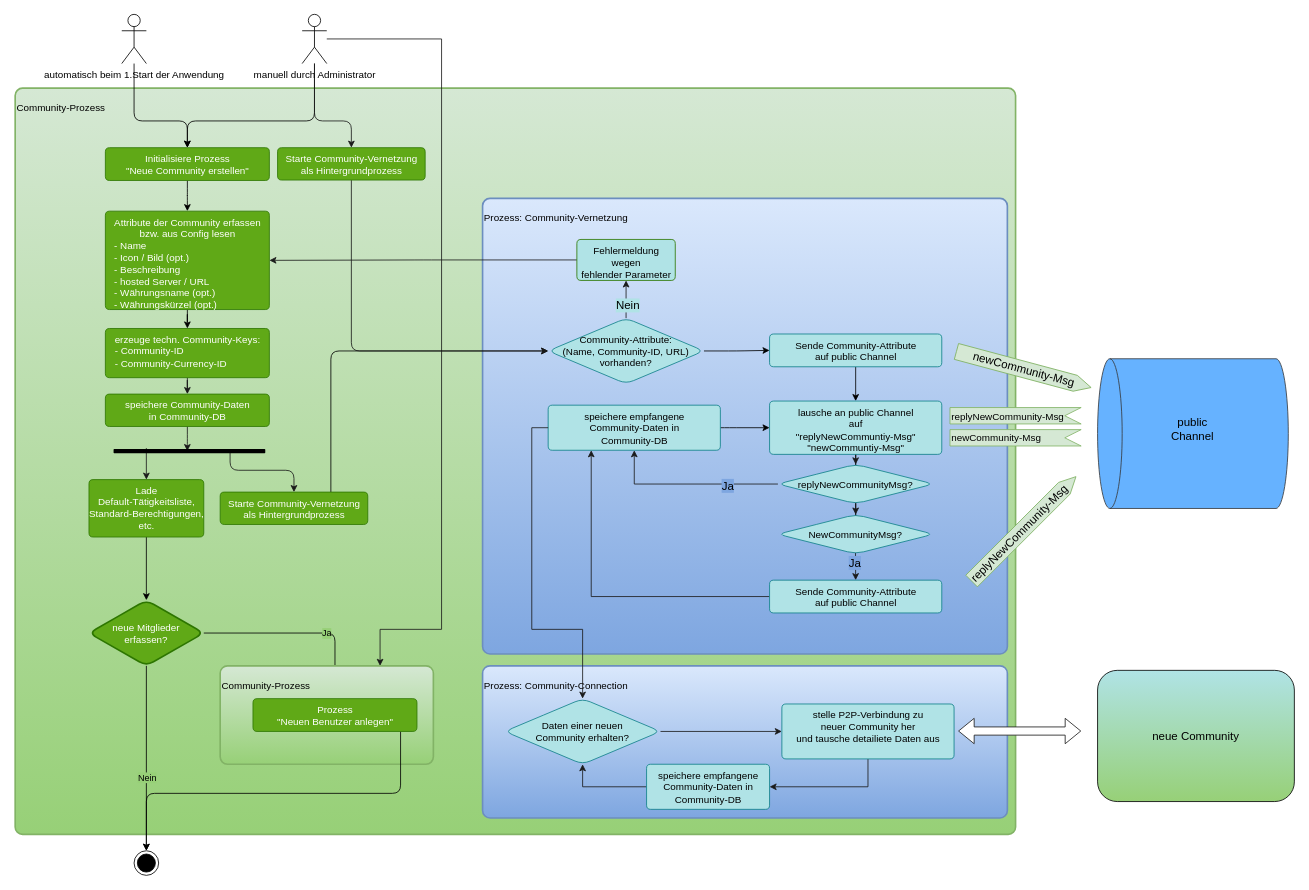
Above: docu/Concepts/BusinessRequirements/graphics/Ablauf_Neue_Community_erstellen.drawio in gradido/gradido (draw.io), before the change. Source tidied: cells renumbered, new cells numbered last; positions are measured from the earlier drawing's top-left corner, leaving out a move shared by most shapes. Both pictures are drawn from the tidied source at 82%, with x=0, y=0 at pixel (15, 14).
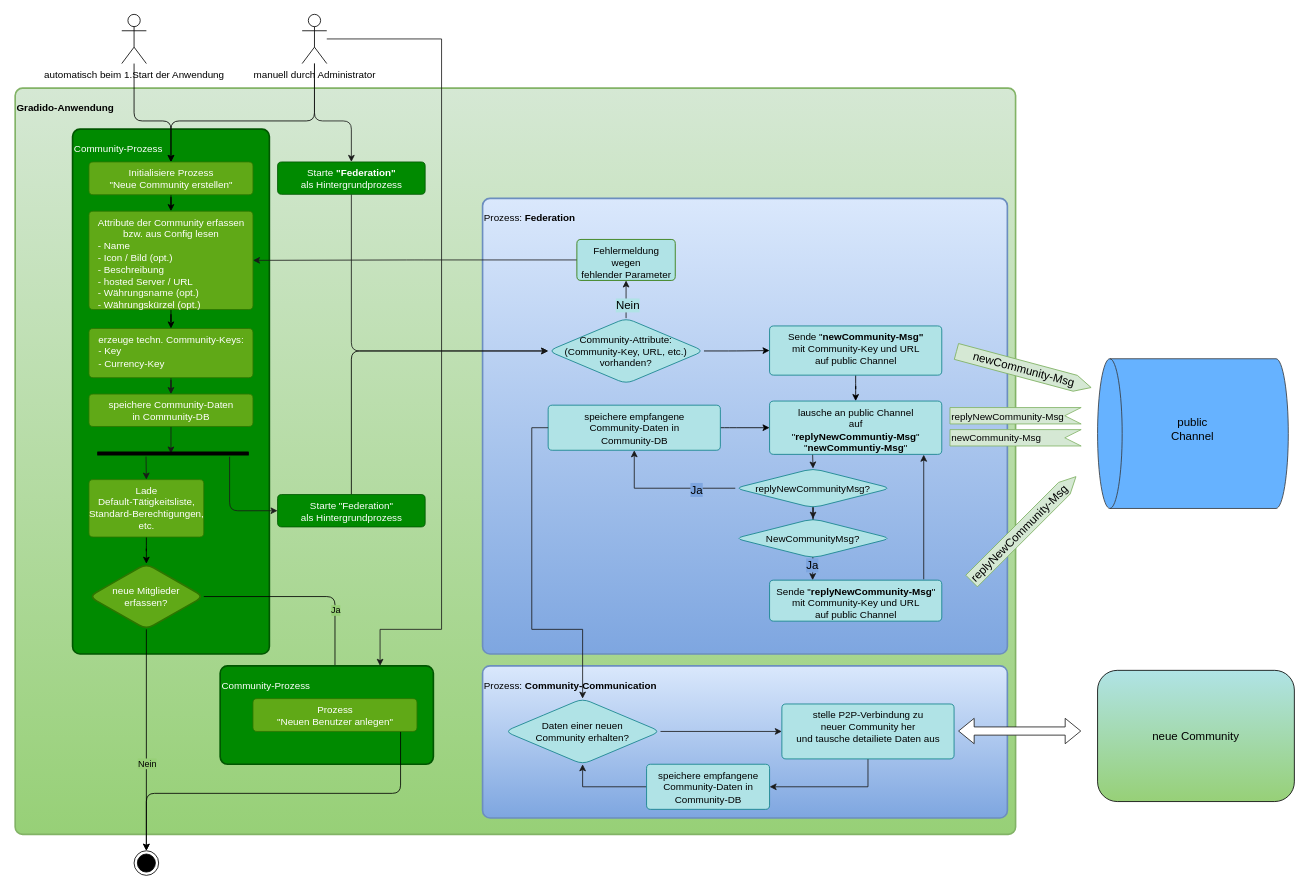
The same page after the edit.

Commit message (it also covers changes not shown here):
first steps of federation and community communication

Unchanged cells that the change refers to:
```xml
<mxCell id="5" value="automatisch beim 1.Start der Anwendung" style="shape=umlActor;verticalLabelPosition=bottom;verticalAlign=top;html=1;rounded=1;" parent="1" vertex="1">
  <mxGeometry x="130" width="30" height="60" as="geometry" />
</mxCell>
<mxCell id="9" value="manuell durch Administrator" style="shape=umlActor;verticalLabelPosition=bottom;verticalAlign=top;html=1;rounded=1;" parent="1" vertex="1">
  <mxGeometry x="350" width="30" height="60" as="geometry" />
</mxCell>
<mxCell id="26" value="speichere empfangene&lt;br&gt;Community-Daten in&lt;br&gt;Community-DB" style="html=1;align=center;verticalAlign=top;absoluteArcSize=1;arcSize=10;dashed=0;fillColor=#b0e3e6;strokeColor=#0e8088;fontColor=#000000;rounded=1;" parent="1" vertex="1">
  <mxGeometry x="650" y="476.6" width="210" height="55" as="geometry" />
</mxCell>
<mxCell id="29" value="Lade &lt;br&gt;Default-Tätigkeitsliste,&lt;br&gt;Standard-Berechtigungen,&lt;br&gt;etc." style="html=1;align=center;verticalAlign=top;absoluteArcSize=1;arcSize=10;dashed=0;fillColor=#60a917;strokeColor=#2D7600;fontColor=#ffffff;rounded=1;" parent="1" vertex="1">
  <mxGeometry x="90" y="567.4" width="140" height="70" as="geometry" />
</mxCell>
```

What changed in the source:
```diff
@@
-    <mxCell id="2" value="Community-Prozess" style="html=1;align=left;verticalAlign=top;absoluteArcSize=1;arcSize=18;dashed=0;spacingTop=10;spacingRight=30;strokeColor=#82b366;strokeWidth=2;fillColor=#d5e8d4;gradientColor=#97d077;fontColor=#000000;rounded=1;" parent="1" vertex="1">
+    <mxCell id="2" value="&lt;b&gt;Gradido-Anwendung&lt;/b&gt;" style="html=1;align=left;verticalAlign=top;absoluteArcSize=1;arcSize=18;dashed=0;spacingTop=10;spacingRight=30;strokeColor=#82b366;strokeWidth=2;fillColor=#d5e8d4;gradientColor=#97d077;fontColor=#000000;rounded=1;" parent="1" vertex="1">
       <mxGeometry y="90" width="1220" height="910" as="geometry" />
     </mxCell>
+    <mxCell id="74" value="Community-Prozess" style="html=1;align=left;verticalAlign=top;absoluteArcSize=1;arcSize=18;dashed=0;spacingTop=10;spacingRight=30;strokeColor=#005700;strokeWidth=2;fillColor=#008a00;fontColor=#ffffff;rounded=1;" parent="1" vertex="1">
+      <mxGeometry x="70" y="140" width="240" height="640" as="geometry" />
+    </mxCell>
-    <mxCell id="3" value="Prozess: Community-Vernetzung" style="html=1;align=left;verticalAlign=top;absoluteArcSize=1;arcSize=18;dashed=0;spacingTop=10;spacingRight=30;strokeColor=#6c8ebf;strokeWidth=2;fillColor=#dae8fc;gradientColor=#7ea6e0;fontColor=#000000;rounded=1;" parent="1" vertex="1">
+    <mxCell id="3" value="Prozess: &lt;b&gt;Federation&lt;/b&gt;" style="html=1;align=left;verticalAlign=top;absoluteArcSize=1;arcSize=18;dashed=0;spacingTop=10;spacingRight=30;strokeColor=#6c8ebf;strokeWidth=2;fillColor=#dae8fc;gradientColor=#7ea6e0;fontColor=#000000;rounded=1;" parent="1" vertex="1">
       <mxGeometry x="570" y="224.5" width="640" height="555.5" as="geometry" />
     </mxCell>
     <mxCell id="4" style="edgeStyle=orthogonalEdgeStyle;jettySize=auto;html=1;entryX=0.5;entryY=0;entryDx=0;entryDy=0;fontColor=#000000;strokeColor=#000000;" parent="1" edge="1" source="5" target="11">
       <mxGeometry relative="1" as="geometry">
         <Array as="points">
           <mxPoint x="145" y="130" />
-          <mxPoint x="210" y="130" />
+          <mxPoint x="190" y="130" />
         </Array>
       </mxGeometry>
     </mxCell>
@@
     <mxCell id="6" style="edgeStyle=orthogonalEdgeStyle;jettySize=auto;html=1;fontColor=#000000;strokeColor=#000000;entryX=0.5;entryY=0;entryDx=0;entryDy=0;" parent="1" edge="1" source="9" target="11">
       <mxGeometry relative="1" as="geometry">
         <Array as="points">
           <mxPoint x="365" y="130" />
-          <mxPoint x="210" y="130" />
+          <mxPoint x="190" y="130" />
         </Array>
       </mxGeometry>
     </mxCell>
@@
     <mxCell id="11" value="Initialisiere Prozess &lt;br&gt;&quot;Neue Community erstellen&quot;" style="html=1;align=center;verticalAlign=top;absoluteArcSize=1;arcSize=10;dashed=0;fillColor=#60a917;strokeColor=#2D7600;fontColor=#ffffff;rounded=1;" parent="1" vertex="1">
-      <mxGeometry x="110" y="162.6" width="200" height="40" as="geometry" />
+      <mxGeometry x="90" y="180" width="200" height="40" as="geometry" />
     </mxCell>
@@
     <mxCell id="13" value="Attribute der Community erfassen &lt;br&gt;bzw. aus Config lesen&lt;br&gt;&lt;div style=&quot;text-align: left&quot;&gt;&lt;span&gt;- Name&lt;/span&gt;&lt;/div&gt;&lt;div style=&quot;text-align: left&quot;&gt;&lt;span&gt;- Icon / Bild (opt.)&lt;/span&gt;&lt;/div&gt;&lt;div style=&quot;text-align: left&quot;&gt;&lt;span&gt;- Beschreibung&lt;/span&gt;&lt;/div&gt;&lt;div style=&quot;text-align: left&quot;&gt;&lt;span&gt;- hosted Server / URL&lt;/span&gt;&lt;/div&gt;&lt;div style=&quot;text-align: left&quot;&gt;&lt;span&gt;- Währungsname (opt.)&lt;/span&gt;&lt;/div&gt;&lt;div style=&quot;text-align: left&quot;&gt;&lt;span&gt;- Währungskürzel (opt.)&lt;/span&gt;&lt;/div&gt;" style="html=1;align=center;verticalAlign=top;absoluteArcSize=1;arcSize=10;dashed=0;fillColor=#60a917;strokeColor=#2D7600;fontColor=#ffffff;rounded=1;" parent="1" vertex="1">
-      <mxGeometry x="110" y="240" width="200" height="120" as="geometry" />
+      <mxGeometry x="90" y="240" width="200" height="120" as="geometry" />
     </mxCell>
-    <mxCell id="14" style="edgeStyle=orthogonalEdgeStyle;jettySize=auto;html=1;entryX=0;entryY=0.5;entryDx=0;entryDy=0;strokeColor=#000000;exitX=0.75;exitY=0;exitDx=0;exitDy=0;" parent="1" edge="1" source="27" target="20">
+    <mxCell id="14" style="edgeStyle=orthogonalEdgeStyle;jettySize=auto;html=1;entryX=0;entryY=0.5;entryDx=0;entryDy=0;strokeColor=#000000;exitX=0.5;exitY=0;exitDx=0;exitDy=0;" parent="1" edge="1" source="27" target="20">
       <mxGeometry relative="1" as="geometry">
         <Array as="points">
-          <mxPoint x="385" y="411" />
+          <mxPoint x="410" y="411" />
         </Array>
       </mxGeometry>
     </mxCell>
@@
-    <mxCell id="16" value="erzeuge techn. Community-Keys:&lt;br&gt;&lt;div style=&quot;text-align: left&quot;&gt;&lt;span&gt;- Community-ID&lt;/span&gt;&lt;/div&gt;&lt;div style=&quot;text-align: left&quot;&gt;&lt;span&gt;- Community-Currency-ID&lt;/span&gt;&lt;/div&gt;" style="html=1;align=center;verticalAlign=top;absoluteArcSize=1;arcSize=10;dashed=0;fillColor=#60a917;strokeColor=#2D7600;fontColor=#ffffff;rounded=1;" parent="1" vertex="1">
-      <mxGeometry x="110" y="383.1" width="200" height="60" as="geometry" />
+    <mxCell id="16" value="erzeuge techn. Community-Keys:&lt;br&gt;&lt;div style=&quot;text-align: left&quot;&gt;&lt;span&gt;- Key&lt;/span&gt;&lt;/div&gt;&lt;div style=&quot;text-align: left&quot;&gt;&lt;span&gt;- Currency-Key&lt;/span&gt;&lt;/div&gt;" style="html=1;align=center;verticalAlign=top;absoluteArcSize=1;arcSize=10;dashed=0;fillColor=#60a917;strokeColor=#2D7600;fontColor=#ffffff;rounded=1;" parent="1" vertex="1">
+      <mxGeometry x="90" y="383.1" width="200" height="60" as="geometry" />
     </mxCell>
@@
-    <mxCell id="20" value="Community-Attribute:&#10;(Name, Community-ID, URL)&#10;vorhanden?" style="rhombus;fillColor=#b0e3e6;strokeColor=#0e8088;fontColor=#000000;align=center;rounded=1;" parent="1" vertex="1">
+    <mxCell id="20" value="Community-Attribute:&#10;(Community-Key, URL, etc.)&#10;vorhanden?" style="rhombus;fillColor=#b0e3e6;strokeColor=#0e8088;fontColor=#000000;align=center;rounded=1;" parent="1" vertex="1">
       <mxGeometry x="650" y="370.5" width="190" height="80" as="geometry" />
     </mxCell>
@@
-    <mxCell id="22" value="Sende Community-Attribute&lt;br&gt;auf public Channel" style="html=1;align=center;verticalAlign=top;absoluteArcSize=1;arcSize=10;dashed=0;fillColor=#b0e3e6;strokeColor=#0e8088;fontColor=#000000;rounded=1;" parent="1" vertex="1">
-      <mxGeometry x="920" y="389.8" width="210" height="40" as="geometry" />
+    <mxCell id="22" value="Sende &quot;&lt;b&gt;newCommunity-Msg&quot;&lt;/b&gt;&lt;br&gt;mit Community-Key und URL&lt;br&gt;auf public Channel" style="html=1;align=center;verticalAlign=top;absoluteArcSize=1;arcSize=10;dashed=0;fillColor=#b0e3e6;strokeColor=#0e8088;fontColor=#000000;rounded=1;" parent="1" vertex="1">
+      <mxGeometry x="920" y="380" width="210" height="60" as="geometry" />
     </mxCell>
-    <mxCell id="23" style="edgeStyle=orthogonalEdgeStyle;rounded=0;jettySize=auto;html=1;fontSize=14;fontColor=#000000;strokeColor=#1A1A1A;" parent="1" edge="1" source="24" target="54">
+    <mxCell id="23" style="edgeStyle=orthogonalEdgeStyle;rounded=0;jettySize=auto;html=1;fontSize=14;fontColor=#000000;strokeColor=#1A1A1A;exitX=0.25;exitY=1;exitDx=0;exitDy=0;entryX=0.5;entryY=0;entryDx=0;entryDy=0;" parent="1" edge="1" source="24" target="54">
       <mxGeometry relative="1" as="geometry" />
     </mxCell>
-    <mxCell id="24" value="lausche an public Channel&lt;br&gt;auf&lt;br&gt;&quot;replyNewCommuntiy-Msg&quot;&lt;br&gt;&quot;newCommuntiy-Msg&quot;" style="html=1;align=center;verticalAlign=top;absoluteArcSize=1;arcSize=10;dashed=0;fillColor=#b0e3e6;strokeColor=#0e8088;fontColor=#000000;rounded=1;" parent="1" vertex="1">
+    <mxCell id="24" value="lausche an public Channel&lt;br&gt;auf&lt;br&gt;&quot;&lt;b&gt;replyNewCommuntiy-Msg&lt;/b&gt;&quot;&lt;br&gt;&quot;&lt;b&gt;newCommuntiy-Msg&lt;/b&gt;&quot;" style="html=1;align=center;verticalAlign=top;absoluteArcSize=1;arcSize=10;dashed=0;fillColor=#b0e3e6;strokeColor=#0e8088;fontColor=#000000;rounded=1;" parent="1" vertex="1">
       <mxGeometry x="920" y="471.6" width="210" height="65" as="geometry" />
     </mxCell>
@@
-    <mxCell id="27" value="Starte Community-Vernetzung &lt;br&gt;als Hintergrundprozess" style="html=1;align=center;verticalAlign=top;absoluteArcSize=1;arcSize=10;dashed=0;fillColor=#60a917;strokeColor=#2D7600;fontColor=#ffffff;rounded=1;" parent="1" vertex="1">
-      <mxGeometry x="250" y="582.6" width="180" height="39.5" as="geometry" />
+    <mxCell id="27" value="Starte &quot;Federation&quot;&lt;br&gt;als Hintergrundprozess" style="html=1;align=center;verticalAlign=top;absoluteArcSize=1;arcSize=10;dashed=0;fillColor=#008a00;strokeColor=#005700;fontColor=#ffffff;rounded=1;" parent="1" vertex="1">
+      <mxGeometry x="320" y="585.6" width="180" height="39.5" as="geometry" />
     </mxCell>
@@
     <mxCell id="34" value="neue Mitglieder&lt;br&gt;erfassen?" style="rhombus;whiteSpace=wrap;html=1;fontColor=#ffffff;strokeColor=#2D7600;strokeWidth=2;fillColor=#60a917;rounded=1;" parent="1" vertex="1">
-      <mxGeometry x="90" y="714.5" width="140" height="80" as="geometry" />
+      <mxGeometry x="90" y="670" width="140" height="80" as="geometry" />
     </mxCell>
-    <mxCell id="35" value="Community-Prozess" style="html=1;align=left;verticalAlign=top;absoluteArcSize=1;arcSize=18;dashed=0;spacingTop=10;spacingRight=30;strokeColor=#82b366;strokeWidth=2;fillColor=#d5e8d4;gradientColor=#97d077;fontColor=#000000;rounded=1;" parent="1" vertex="1">
+    <mxCell id="35" value="Community-Prozess" style="html=1;align=left;verticalAlign=top;absoluteArcSize=1;arcSize=18;dashed=0;spacingTop=10;spacingRight=30;strokeColor=#005700;strokeWidth=2;fillColor=#008a00;fontColor=#ffffff;rounded=1;" parent="1" vertex="1">
       <mxGeometry x="250" y="794.5" width="260" height="120" as="geometry" />
     </mxCell>
@@
     <mxCell id="40" value="speichere Community-Daten &lt;br&gt;in Community-DB" style="html=1;align=center;verticalAlign=top;absoluteArcSize=1;arcSize=10;dashed=0;fillColor=#60a917;strokeColor=#2D7600;fontColor=#ffffff;rounded=1;" parent="1" vertex="1">
-      <mxGeometry x="110" y="463.1" width="200" height="39.5" as="geometry" />
+      <mxGeometry x="90" y="463.1" width="200" height="39.5" as="geometry" />
     </mxCell>
-    <mxCell id="41" style="edgeStyle=orthogonalEdgeStyle;jettySize=auto;html=1;strokeColor=#1A1A1A;exitX=0.374;exitY=0.232;exitDx=0;exitDy=0;exitPerimeter=0;entryX=0.5;entryY=0;entryDx=0;entryDy=0;" parent="1" edge="1" source="43" target="27">
+    <mxCell id="41" style="edgeStyle=orthogonalEdgeStyle;jettySize=auto;html=1;strokeColor=#1A1A1A;exitX=1.274;exitY=0.127;exitDx=0;exitDy=0;exitPerimeter=0;entryX=0;entryY=0.5;entryDx=0;entryDy=0;" parent="1" edge="1" source="43" target="27">
       <mxGeometry relative="1" as="geometry">
         <Array as="points">
-          <mxPoint x="262" y="556" />
-          <mxPoint x="340" y="556" />
+          <mxPoint x="262" y="605" />
         </Array>
       </mxGeometry>
     </mxCell>
-    <mxCell id="42" style="edgeStyle=orthogonalEdgeStyle;jettySize=auto;html=1;entryX=0.5;entryY=0;entryDx=0;entryDy=0;strokeColor=#1A1A1A;exitX=-0.226;exitY=0.784;exitDx=0;exitDy=0;exitPerimeter=0;" parent="1" edge="1" source="43" target="29">
+    <mxCell id="42" style="edgeStyle=orthogonalEdgeStyle;jettySize=auto;html=1;entryX=0.5;entryY=0;entryDx=0;entryDy=0;strokeColor=#1A1A1A;exitX=1.224;exitY=0.678;exitDx=0;exitDy=0;exitPerimeter=0;" parent="1" edge="1" source="43" target="29">
       <mxGeometry relative="1" as="geometry" />
     </mxCell>
     <mxCell id="43" style="html=1;points=[];perimeter=orthogonalPerimeter;fillColor=#000000;strokeColor=none;rotation=90;rounded=1;" parent="1" vertex="1">
-      <mxGeometry x="210" y="440.1" width="5" height="185" as="geometry" />
+      <mxGeometry x="190" y="443.1" width="5" height="185" as="geometry" />
     </mxCell>
@@
-    <mxCell id="49" value="Starte Community-Vernetzung &lt;br&gt;als Hintergrundprozess" style="html=1;align=center;verticalAlign=top;absoluteArcSize=1;arcSize=10;dashed=0;fillColor=#60a917;strokeColor=#2D7600;fontColor=#ffffff;rounded=1;" parent="1" vertex="1">
-      <mxGeometry x="320" y="162.6" width="180" height="39.5" as="geometry" />
+    <mxCell id="49" value="Starte &lt;b&gt;&quot;Federation&quot;&lt;/b&gt;&lt;br&gt;als Hintergrundprozess" style="html=1;align=center;verticalAlign=top;absoluteArcSize=1;arcSize=10;dashed=0;fillColor=#008a00;strokeColor=#005700;fontColor=#ffffff;rounded=1;" parent="1" vertex="1">
+      <mxGeometry x="320" y="180" width="180" height="39.5" as="geometry" />
     </mxCell>
@@
     <mxCell id="54" value="replyNewCommunityMsg?" style="rhombus;fillColor=#b0e3e6;strokeColor=#0e8088;fontColor=#000000;align=center;rounded=1;" parent="1" vertex="1">
-      <mxGeometry x="930" y="548.8" width="190" height="47.9" as="geometry" />
+      <mxGeometry x="878" y="553.9" width="190" height="47.9" as="geometry" />
     </mxCell>
-    <mxCell id="55" style="edgeStyle=orthogonalEdgeStyle;rounded=0;jettySize=auto;html=1;entryX=0.5;entryY=0;entryDx=0;entryDy=0;fontSize=14;fontColor=#000000;strokeColor=#1A1A1A;exitX=0.499;exitY=0.966;exitDx=0;exitDy=0;exitPerimeter=0;" parent="1" edge="1" source="57" target="59">
+    <mxCell id="55" style="edgeStyle=orthogonalEdgeStyle;rounded=0;jettySize=auto;html=1;entryX=0.25;entryY=0;entryDx=0;entryDy=0;fontSize=14;fontColor=#000000;strokeColor=#1A1A1A;exitX=0.499;exitY=0.966;exitDx=0;exitDy=0;exitPerimeter=0;" parent="1" edge="1" source="57" target="59">
       <mxGeometry relative="1" as="geometry" />
     </mxCell>
@@
     <mxCell id="57" value="NewCommunityMsg?" style="rhombus;fillColor=#b0e3e6;strokeColor=#0e8088;fontColor=#000000;align=center;rounded=1;" parent="1" vertex="1">
-      <mxGeometry x="930" y="610" width="190" height="47.9" as="geometry" />
+      <mxGeometry x="878" y="615.1" width="190" height="47.9" as="geometry" />
     </mxCell>
-    <mxCell id="58" style="edgeStyle=orthogonalEdgeStyle;rounded=0;jettySize=auto;html=1;entryX=0.25;entryY=1;entryDx=0;entryDy=0;fontSize=14;fontColor=#000000;strokeColor=#1A1A1A;" parent="1" edge="1" source="59" target="26">
-      <mxGeometry relative="1" as="geometry" />
+    <mxCell id="58" style="edgeStyle=orthogonalEdgeStyle;rounded=0;jettySize=auto;html=1;fontSize=14;fontColor=#000000;strokeColor=#1A1A1A;exitX=0.895;exitY=-0.02;exitDx=0;exitDy=0;exitPerimeter=0;" parent="1" edge="1" source="59">
+      <mxGeometry relative="1" as="geometry">
+        <mxPoint x="1108" y="537" as="targetPoint" />
+        <Array as="points">
+          <mxPoint x="1108" y="537" />
+        </Array>
+      </mxGeometry>
     </mxCell>
-    <mxCell id="59" value="Sende Community-Attribute&lt;br&gt;auf public Channel" style="html=1;align=center;verticalAlign=top;absoluteArcSize=1;arcSize=10;dashed=0;fillColor=#b0e3e6;strokeColor=#0e8088;fontColor=#000000;rounded=1;" parent="1" vertex="1">
-      <mxGeometry x="920" y="690" width="210" height="40" as="geometry" />
+    <mxCell id="59" value="Sende &quot;&lt;b&gt;replyNewCommunity-Msg&lt;/b&gt;&quot;&lt;br&gt;mit Community-Key und URL&lt;br&gt;auf public Channel" style="html=1;align=center;verticalAlign=top;absoluteArcSize=1;arcSize=10;dashed=0;fillColor=#b0e3e6;strokeColor=#0e8088;fontColor=#000000;rounded=1;" parent="1" vertex="1">
+      <mxGeometry x="920" y="690" width="210" height="50" as="geometry" />
     </mxCell>
@@
-    <mxCell id="64" value="Prozess: Community-Connection" style="html=1;align=left;verticalAlign=top;absoluteArcSize=1;arcSize=18;dashed=0;spacingTop=10;spacingRight=30;strokeColor=#6c8ebf;strokeWidth=2;fillColor=#dae8fc;gradientColor=#7ea6e0;fontColor=#000000;rounded=1;" parent="1" vertex="1">
+    <mxCell id="64" value="Prozess: &lt;b&gt;Community-Communication&lt;/b&gt;" style="html=1;align=left;verticalAlign=top;absoluteArcSize=1;arcSize=18;dashed=0;spacingTop=10;spacingRight=30;strokeColor=#6c8ebf;strokeWidth=2;fillColor=#dae8fc;gradientColor=#7ea6e0;fontColor=#000000;rounded=1;" parent="1" vertex="1">
       <mxGeometry x="570" y="794.5" width="640" height="185.5" as="geometry" />
     </mxCell>
```
